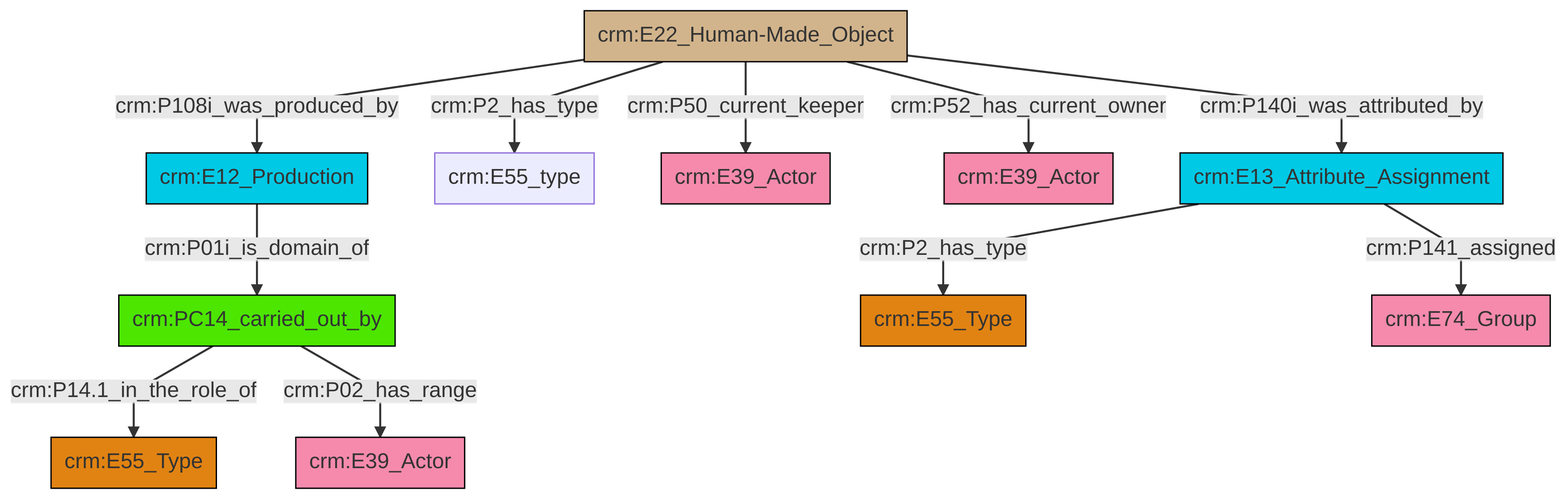
Before: et/artworkCSV/ttl/mmd/png/Artwork_Actor_Relations.png, a diagram exported from Mermaid (swiss-art-research-net/docs.swissartresearch). Its source is kept beside it as et/artworkCSV/ttl/mmd/Artwork_Actor_Relations.ttl.mmd.
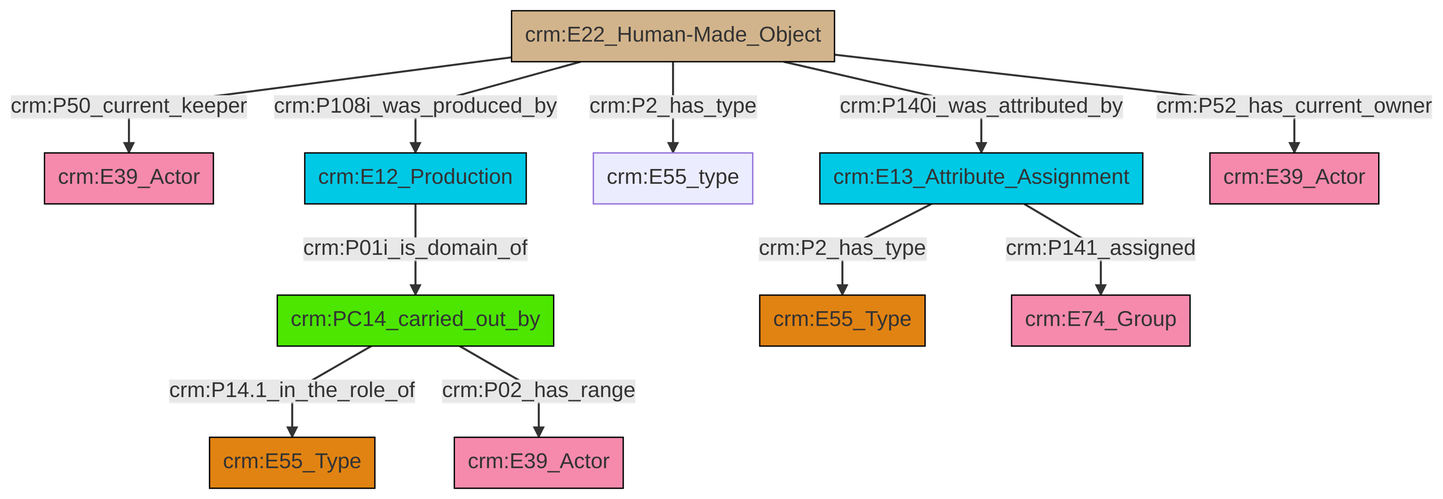
Above is the later version.

Change to the diagram source:
```diff
@@ -13,13 +13,13 @@
 classDef PC_Classes fill:#4ce600, stroke:#000000;
 classDef Multi fill:#cccccc,stroke:#000000;
 
-4["crm:E22_Human-Made_Object"]:::Physical_Thing -->|crm:P108i_was_produced_by| 5["crm:E12_Production"]:::Temporal_Entity
-8["crm:PC14_carried_out_by"]:::PC_Classes -->|crm:P14.1_in_the_role_of| 10["crm:E55_Type"]:::Type
-4["crm:E22_Human-Made_Object"]:::Physical_Thing -->|crm:P2_has_type| 2["crm:E55_type"]:::Default
-5["crm:E12_Production"]:::Temporal_Entity -->|crm:P01i_is_domain_of| 8["crm:PC14_carried_out_by"]:::PC_Classes
-17["crm:E13_Attribute_Assignment"]:::Temporal_Entity -->|crm:P2_has_type| 12["crm:E55_Type"]:::Type
-8["crm:PC14_carried_out_by"]:::PC_Classes -->|crm:P02_has_range| 6["crm:E39_Actor"]:::Actor
-4["crm:E22_Human-Made_Object"]:::Physical_Thing -->|crm:P50_current_keeper| 15["crm:E39_Actor"]:::Actor
-4["crm:E22_Human-Made_Object"]:::Physical_Thing -->|crm:P52_has_current_owner| 20["crm:E39_Actor"]:::Actor
-17["crm:E13_Attribute_Assignment"]:::Temporal_Entity -->|crm:P141_assigned| 0["crm:E74_Group"]:::Actor
-4["crm:E22_Human-Made_Object"]:::Physical_Thing -->|crm:P140i_was_attributed_by| 17["crm:E13_Attribute_Assignment"]:::Temporal_Entity
+2["crm:E12_Production"]:::Temporal_Entity -->|crm:P01i_is_domain_of| 3["crm:PC14_carried_out_by"]:::PC_Classes
+3["crm:PC14_carried_out_by"]:::PC_Classes -->|crm:P14.1_in_the_role_of| 4["crm:E55_Type"]:::Type
+7["crm:E22_Human-Made_Object"]:::Physical_Thing -->|crm:P50_current_keeper| 0["crm:E39_Actor"]:::Actor
+7["crm:E22_Human-Made_Object"]:::Physical_Thing -->|crm:P2_has_type| 9["crm:E55_type"]:::Default
+15["crm:E13_Attribute_Assignment"]:::Temporal_Entity -->|crm:P141_assigned| 16["crm:E74_Group"]:::Actor
+7["crm:E22_Human-Made_Object"]:::Physical_Thing -->|crm:P140i_was_attributed_by| 15["crm:E13_Attribute_Assignment"]:::Temporal_Entity
+7["crm:E22_Human-Made_Object"]:::Physical_Thing -->|crm:P108i_was_produced_by| 2["crm:E12_Production"]:::Temporal_Entity
+7["crm:E22_Human-Made_Object"]:::Physical_Thing -->|crm:P52_has_current_owner| 21["crm:E39_Actor"]:::Actor
+3["crm:PC14_carried_out_by"]:::PC_Classes -->|crm:P02_has_range| 17["crm:E39_Actor"]:::Actor
+15["crm:E13_Attribute_Assignment"]:::Temporal_Entity -->|crm:P2_has_type| 5["crm:E55_Type"]:::Type
```
